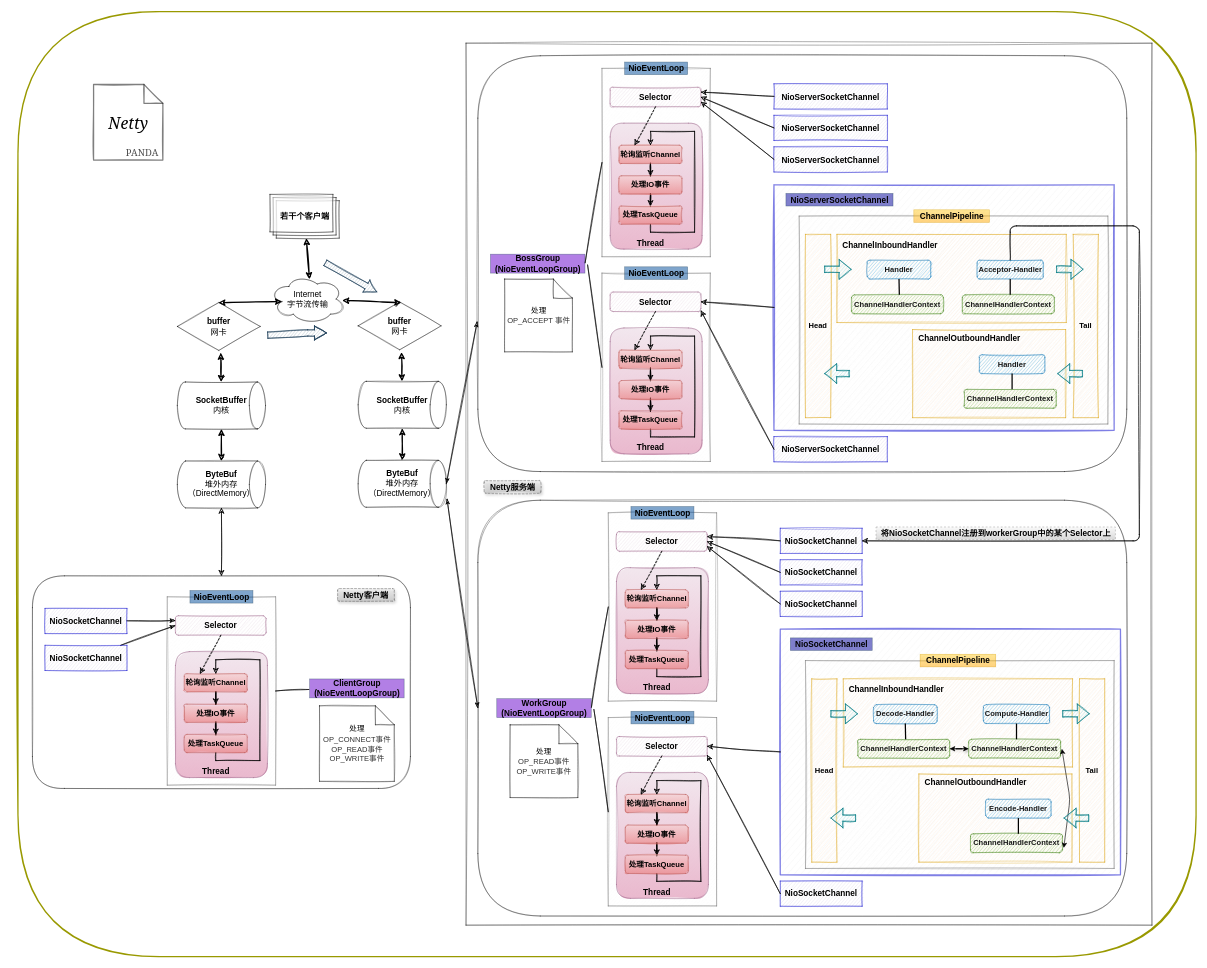
IAMPadA/study keeps this draw.io diagram as Untitled Diagram.drawio. Above is the earlier version. Source tidied: cells renumbered, new cells numbered last; positions are measured from the earlier drawing's top-left corner, leaving out a move shared by most shapes. Both pictures are drawn from the tidied source at 63%, with x=0, y=0 at pixel (18, 11).
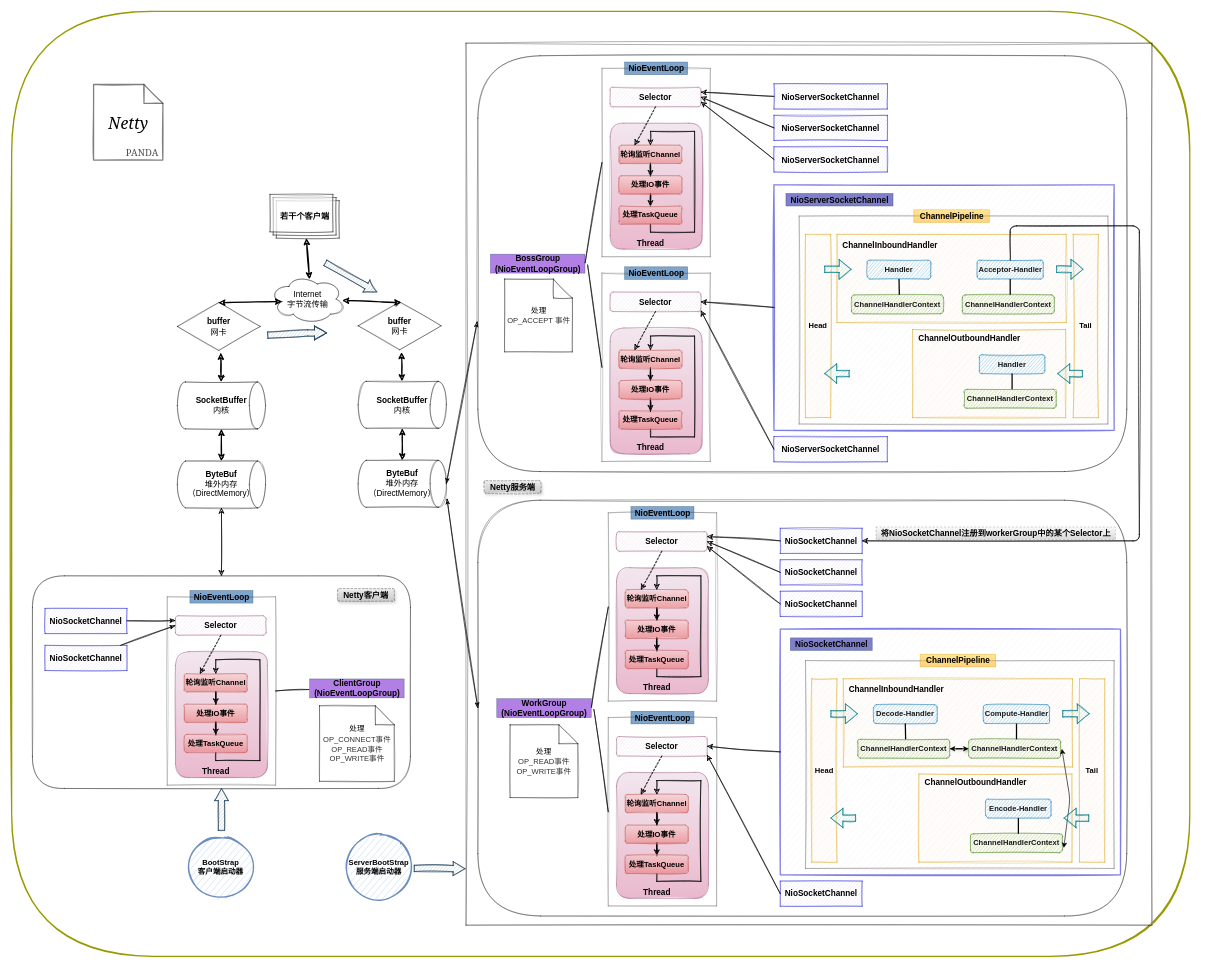
After the change.

The change refers to these unchanged cells:
```xml
<mxCell id="4" style="rounded=0;whiteSpace=wrap;html=1;shadow=0;glass=0;sketch=1;strokeWidth=1;fontFamily=Helvetica;fontSize=13;opacity=50;" parent="1" vertex="1">
  <mxGeometry x="711.2" y="50" width="1088.8" height="1400" as="geometry" />
</mxCell>
<mxCell id="5" style="rounded=1;whiteSpace=wrap;html=1;shadow=0;glass=0;sketch=1;strokeWidth=1;fontFamily=Helvetica;fontSize=13;opacity=50;" parent="1" vertex="1">
  <mxGeometry x="23" y="895.5" width="600" height="337.5" as="geometry" />
</mxCell>
```

What changed in the source:
```diff
@@
     <mxCell id="2" style="rounded=1;whiteSpace=wrap;html=1;shadow=0;glass=0;sketch=1;strokeWidth=2;fontFamily=Georgia;fontSize=13;strokeColor=#999900;fillColor=#FFFFFF;" parent="1" vertex="1">
-      <mxGeometry width="1870" height="1500" as="geometry" />
+      <mxGeometry x="-10" y="-0.5" width="1870" height="1500" as="geometry" />
     </mxCell>
@@
+    <mxCell id="177" value="&lt;b&gt;ServerBootStrap&lt;br&gt;服务端启动器&lt;br&gt;&lt;/b&gt;" style="strokeWidth=2;html=1;shape=mxgraph.flowchart.start_2;whiteSpace=wrap;sketch=1;fillColor=#dae8fc;strokeColor=#6c8ebf;" parent="1" vertex="1">
+      <mxGeometry x="523" y="1307.5" width="100" height="100" as="geometry" />
+    </mxCell>
+    <mxCell id="178" value="&lt;b&gt;BootStrap&lt;br&gt;客户端启动器&lt;br&gt;&lt;/b&gt;" style="strokeWidth=2;html=1;shape=mxgraph.flowchart.start_2;whiteSpace=wrap;sketch=1;fillColor=#dae8fc;strokeColor=#6c8ebf;" parent="1" vertex="1">
+      <mxGeometry x="272" y="1307.5" width="100" height="100" as="geometry" />
+    </mxCell>
+    <mxCell id="179" style="shape=flexArrow;endArrow=classic;html=1;shadow=0;strokeWidth=1;fillColor=#bac8d3;strokeColor=#23445d;sketch=1;endWidth=11;endSize=5.94;entryX=-0.001;entryY=0.936;entryDx=0;entryDy=0;entryPerimeter=0;" parent="1" edge="1" target="4">
+      <mxGeometry relative="1" as="geometry">
+        <mxPoint x="628.6" y="1360" as="sourcePoint" />
+      </mxGeometry>
+    </mxCell>
+    <mxCell id="180" style="shape=flexArrow;endArrow=classic;html=1;shadow=0;strokeWidth=1;fillColor=#bac8d3;strokeColor=#23445d;sketch=1;endWidth=11;endSize=5.94;entryX=0.5;entryY=1;entryDx=0;entryDy=0;" parent="1" edge="1" target="5">
+      <mxGeometry relative="1" as="geometry">
+        <mxPoint x="323" y="1300" as="sourcePoint" />
+      </mxGeometry>
+    </mxCell>
```
